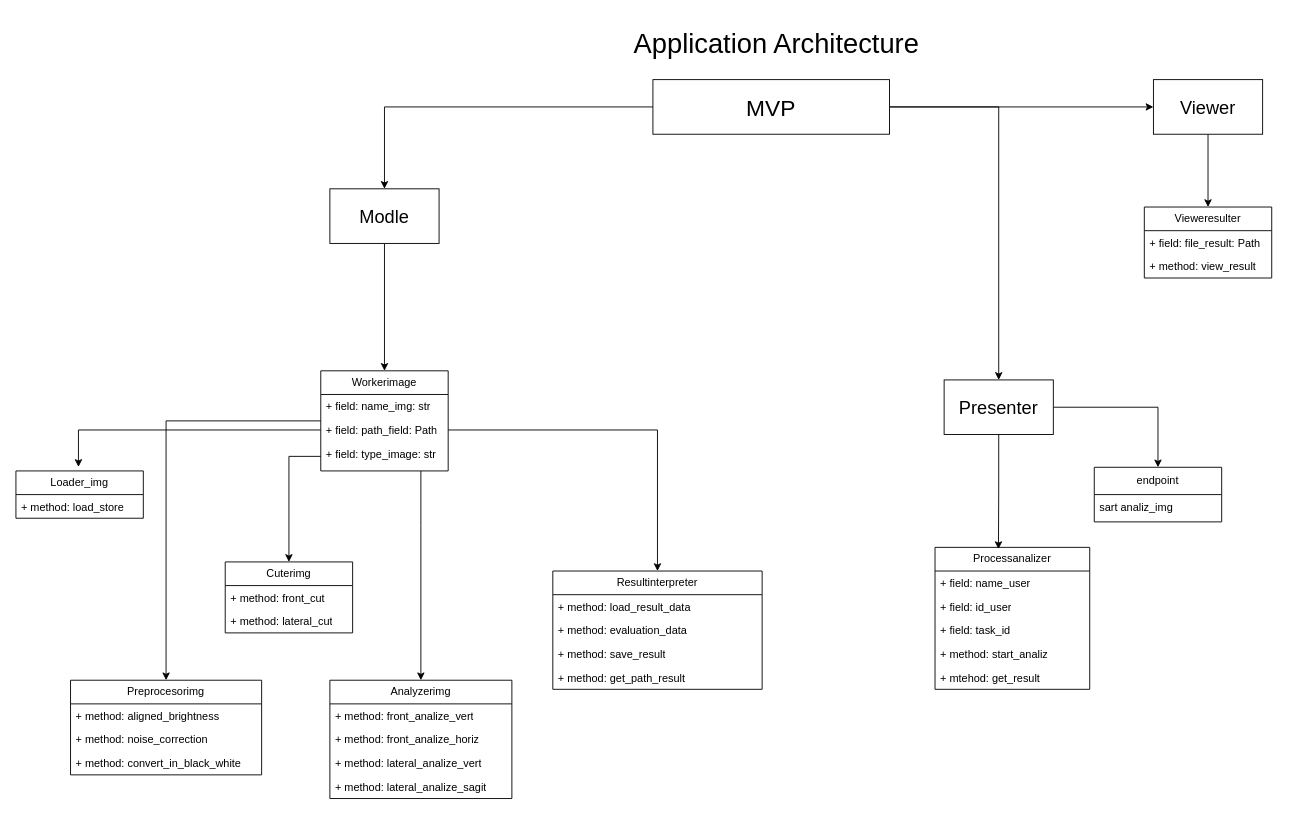
Gnatolog/check_your_smile keeps this draw.io diagram as module_analiz_img/module_analiz_architecture.drawio. Above is the earlier version. Source tidied: cells renumbered, new cells numbered last; positions are measured from the earlier drawing's top-left corner, leaving out a move shared by most shapes. Both pictures are drawn from the tidied source at 91%, with x=0, y=0 at pixel (15, 15).
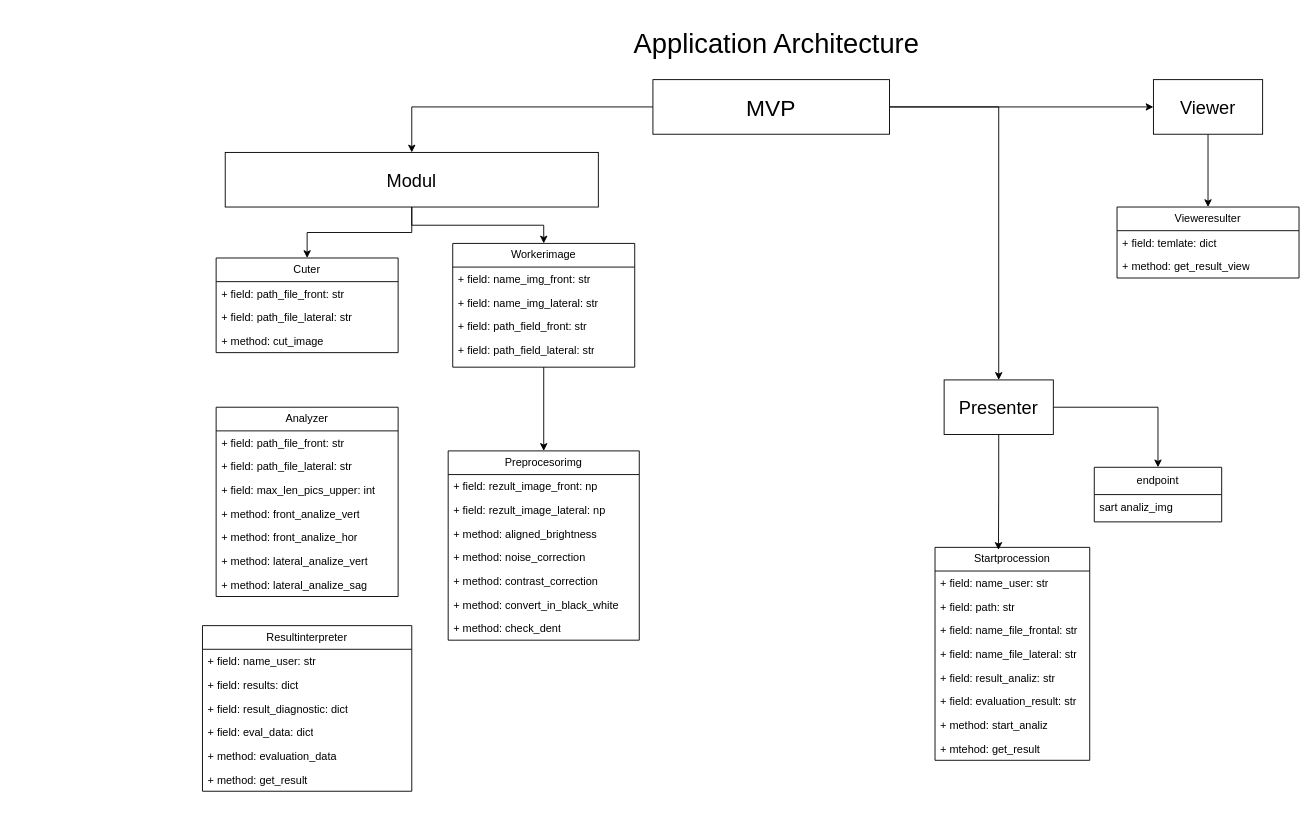
Above is the later version.

What changed in the source:
```diff
@@
-    <mxCell id="3" style="edgeStyle=orthogonalEdgeStyle;rounded=0;jettySize=auto;html=1;entryX=0.5;entryY=0;entryDx=0;entryDy=0;" parent="1" edge="1" source="4" target="26">
-      <mxGeometry relative="1" as="geometry">
-        <Array as="points">
-          <mxPoint x="445" y="560" />
-          <mxPoint x="445" y="560" />
-        </Array>
-      </mxGeometry>
-    </mxCell>
     <mxCell id="4" value="Workerimage" style="swimlane;fontStyle=0;horizontal=1;startSize=26;fillColor=none;whiteSpace=wrap;html=1;" parent="1" vertex="1">
-      <mxGeometry x="335" y="390" width="140" height="110" as="geometry" />
+      <mxGeometry x="480" y="250" width="200" height="136" as="geometry" />
     </mxCell>
-    <mxCell id="5" value="+ field: name_img: str" style="text;strokeColor=none;fillColor=none;align=left;verticalAlign=top;spacingLeft=4;spacingRight=4;overflow=hidden;whiteSpace=wrap;html=1;" parent="4" vertex="1">
-      <mxGeometry y="26" width="140" height="26" as="geometry" />
+    <mxCell id="5" value="+ field: name_img_front: str" style="text;strokeColor=none;fillColor=none;align=left;verticalAlign=top;spacingLeft=4;spacingRight=4;overflow=hidden;whiteSpace=wrap;html=1;" parent="4" vertex="1">
+      <mxGeometry y="26" width="200" height="26" as="geometry" />
     </mxCell>
+    <mxCell id="53" value="+ field: name_img_lateral: str" style="text;strokeColor=none;fillColor=none;align=left;verticalAlign=top;spacingLeft=4;spacingRight=4;overflow=hidden;whiteSpace=wrap;html=1;" parent="4" vertex="1">
+      <mxGeometry y="52" width="200" height="26" as="geometry" />
+    </mxCell>
-    <mxCell id="6" value="+ field: path_field: Path" style="text;strokeColor=none;fillColor=none;align=left;verticalAlign=top;spacingLeft=4;spacingRight=4;overflow=hidden;points=[[0,0.5],[1,0.5]];portConstraint=eastwest;whiteSpace=wrap;html=1;" parent="4" vertex="1">
-      <mxGeometry y="52" width="140" height="26" as="geometry" />
+    <mxCell id="6" value="+ field: path_field_front: str" style="text;strokeColor=none;fillColor=none;align=left;verticalAlign=top;spacingLeft=4;spacingRight=4;overflow=hidden;points=[[0,0.5],[1,0.5]];portConstraint=eastwest;whiteSpace=wrap;html=1;" parent="4" vertex="1">
+      <mxGeometry y="78" width="200" height="26" as="geometry" />
     </mxCell>
-    <mxCell id="7" value="+ field: type_image: str" style="text;strokeColor=none;fillColor=none;align=left;verticalAlign=top;spacingLeft=4;spacingRight=4;overflow=hidden;points=[[0,0.5],[1,0.5]];portConstraint=eastwest;whiteSpace=wrap;html=1;" parent="4" vertex="1">
-      <mxGeometry y="78" width="140" height="32" as="geometry" />
+    <mxCell id="7" value="+ field: path_field_lateral: str" style="text;strokeColor=none;fillColor=none;align=left;verticalAlign=top;spacingLeft=4;spacingRight=4;overflow=hidden;points=[[0,0.5],[1,0.5]];portConstraint=eastwest;whiteSpace=wrap;html=1;" parent="4" vertex="1">
+      <mxGeometry y="104" width="200" height="32" as="geometry" />
     </mxCell>
-    <mxCell id="8" value="Loader_img" style="swimlane;fontStyle=0;horizontal=1;startSize=26;fillColor=none;whiteSpace=wrap;html=1;" parent="1" vertex="1">
-      <mxGeometry y="500" width="140" height="52" as="geometry" />
-    </mxCell>
-    <mxCell id="9" value="+ method: load_store" style="text;strokeColor=none;fillColor=none;align=left;verticalAlign=top;spacingLeft=4;spacingRight=4;overflow=hidden;whiteSpace=wrap;html=1;" parent="8" vertex="1">
-      <mxGeometry y="26" width="140" height="26" as="geometry" />
-    </mxCell>
@@
+    <mxCell id="54" style="edgeStyle=orthogonalEdgeStyle;rounded=0;jettySize=auto;html=1;entryX=0.5;entryY=0;entryDx=0;entryDy=0;" parent="1" edge="1" source="16" target="22">
+      <mxGeometry relative="1" as="geometry" />
+    </mxCell>
-    <mxCell id="16" value="&lt;font style=&quot;font-size: 20px;&quot;&gt;Modle&lt;/font&gt;" style="rounded=0;whiteSpace=wrap;html=1;" parent="1" vertex="1">
-      <mxGeometry x="345" y="190" width="120" height="60" as="geometry" />
+    <mxCell id="16" value="&lt;font style=&quot;font-size: 20px;&quot;&gt;Modul&lt;/font&gt;" style="rounded=0;whiteSpace=wrap;html=1;" parent="1" vertex="1">
+      <mxGeometry x="230" y="150" width="410" height="60" as="geometry" />
     </mxCell>
     <mxCell id="17" value="Preprocesorimg" style="swimlane;fontStyle=0;horizontal=1;startSize=26;fillColor=none;whiteSpace=wrap;html=1;" parent="1" vertex="1">
-      <mxGeometry x="60" y="730" width="210" height="104" as="geometry" />
+      <mxGeometry x="475" y="478" width="210" height="208" as="geometry" />
     </mxCell>
+    <mxCell id="55" value="+ field: rezult_image_front: np" style="text;strokeColor=none;fillColor=none;align=left;verticalAlign=top;spacingLeft=4;spacingRight=4;overflow=hidden;whiteSpace=wrap;html=1;" parent="17" vertex="1">
+      <mxGeometry y="26" width="210" height="26" as="geometry" />
+    </mxCell>
+    <mxCell id="56" value="+ field: rezult_image_lateral: np" style="text;strokeColor=none;fillColor=none;align=left;verticalAlign=top;spacingLeft=4;spacingRight=4;overflow=hidden;whiteSpace=wrap;html=1;" parent="17" vertex="1">
+      <mxGeometry y="52" width="210" height="26" as="geometry" />
+    </mxCell>
     <mxCell id="18" value="+ method:&amp;nbsp;aligned_brightness" style="text;strokeColor=none;fillColor=none;align=left;verticalAlign=top;spacingLeft=4;spacingRight=4;overflow=hidden;whiteSpace=wrap;html=1;" parent="17" vertex="1">
-      <mxGeometry y="26" width="210" height="26" as="geometry" />
+      <mxGeometry y="78" width="210" height="26" as="geometry" />
     </mxCell>
     <mxCell id="19" value="+ method:&amp;nbsp;noise_correction" style="text;strokeColor=none;fillColor=none;align=left;verticalAlign=top;spacingLeft=4;spacingRight=4;overflow=hidden;whiteSpace=wrap;html=1;" parent="17" vertex="1">
-      <mxGeometry y="52" width="210" height="26" as="geometry" />
+      <mxGeometry y="104" width="210" height="26" as="geometry" />
     </mxCell>
+    <mxCell id="57" value="+ method: contrast_correction" style="text;strokeColor=none;fillColor=none;align=left;verticalAlign=top;spacingLeft=4;spacingRight=4;overflow=hidden;whiteSpace=wrap;html=1;" parent="17" vertex="1">
+      <mxGeometry y="130" width="210" height="26" as="geometry" />
+    </mxCell>
     <mxCell id="20" value="+ method:&amp;nbsp;convert_in_black_white" style="text;strokeColor=none;fillColor=none;align=left;verticalAlign=top;spacingLeft=4;spacingRight=4;overflow=hidden;whiteSpace=wrap;html=1;" parent="17" vertex="1">
-      <mxGeometry y="78" width="210" height="26" as="geometry" />
+      <mxGeometry y="156" width="210" height="26" as="geometry" />
     </mxCell>
-    <mxCell id="21" style="edgeStyle=orthogonalEdgeStyle;rounded=0;jettySize=auto;html=1;entryX=0.491;entryY=-0.084;entryDx=0;entryDy=0;entryPerimeter=0;" parent="1" edge="1" source="6" target="8">
-      <mxGeometry relative="1" as="geometry" />
-    </mxCell>
+    <mxCell id="58" value="+ method: check_dent" style="text;strokeColor=none;fillColor=none;align=left;verticalAlign=top;spacingLeft=4;spacingRight=4;overflow=hidden;whiteSpace=wrap;html=1;" parent="17" vertex="1">
+      <mxGeometry y="182" width="210" height="26" as="geometry" />
+    </mxCell>
-    <mxCell id="22" value="Cuterimg" style="swimlane;fontStyle=0;horizontal=1;startSize=26;fillColor=none;whiteSpace=wrap;html=1;" parent="1" vertex="1">
-      <mxGeometry x="230" y="600" width="140" height="78" as="geometry" />
+    <mxCell id="22" value="Cuter" style="swimlane;fontStyle=0;horizontal=1;startSize=26;fillColor=none;whiteSpace=wrap;html=1;" parent="1" vertex="1">
+      <mxGeometry x="220" y="266" width="200" height="104" as="geometry" />
     </mxCell>
+    <mxCell id="59" value="+ field: path_file_front: str" style="text;strokeColor=none;fillColor=none;align=left;verticalAlign=top;spacingLeft=4;spacingRight=4;overflow=hidden;whiteSpace=wrap;html=1;" parent="22" vertex="1">
+      <mxGeometry y="26" width="200" height="26" as="geometry" />
+    </mxCell>
+    <mxCell id="60" value="+ field: path_file_lateral: str" style="text;strokeColor=none;fillColor=none;align=left;verticalAlign=top;spacingLeft=4;spacingRight=4;overflow=hidden;whiteSpace=wrap;html=1;" parent="22" vertex="1">
+      <mxGeometry y="52" width="200" height="26" as="geometry" />
+    </mxCell>
-    <mxCell id="23" value="+ method: front_cut" style="text;strokeColor=none;fillColor=none;align=left;verticalAlign=top;spacingLeft=4;spacingRight=4;overflow=hidden;whiteSpace=wrap;html=1;" parent="22" vertex="1">
-      <mxGeometry y="26" width="140" height="26" as="geometry" />
+    <mxCell id="23" value="+ method: cut_image" style="text;strokeColor=none;fillColor=none;align=left;verticalAlign=top;spacingLeft=4;spacingRight=4;overflow=hidden;whiteSpace=wrap;html=1;" parent="22" vertex="1">
+      <mxGeometry y="78" width="200" height="26" as="geometry" />
     </mxCell>
-    <mxCell id="24" value="+ method: lateral_cut" style="text;strokeColor=none;fillColor=none;align=left;verticalAlign=top;spacingLeft=4;spacingRight=4;overflow=hidden;whiteSpace=wrap;html=1;" parent="22" vertex="1">
-      <mxGeometry y="52" width="140" height="26" as="geometry" />
-    </mxCell>
-    <mxCell id="25" style="edgeStyle=orthogonalEdgeStyle;rounded=0;jettySize=auto;html=1;exitX=0;exitY=0.5;exitDx=0;exitDy=0;" parent="1" edge="1" source="7" target="22">
-      <mxGeometry relative="1" as="geometry" />
-    </mxCell>
-    <mxCell id="26" value="Analyzerimg" style="swimlane;fontStyle=0;horizontal=1;startSize=26;fillColor=none;whiteSpace=wrap;html=1;" parent="1" vertex="1">
-      <mxGeometry x="345" y="730" width="200" height="130" as="geometry" />
+    <mxCell id="26" value="Analyzer" style="swimlane;fontStyle=0;horizontal=1;startSize=26;fillColor=none;whiteSpace=wrap;html=1;" parent="1" vertex="1">
+      <mxGeometry x="220" y="430" width="200" height="208" as="geometry" />
     </mxCell>
+    <mxCell id="61" value="+ field: path_file_front: str" style="text;strokeColor=none;fillColor=none;align=left;verticalAlign=top;spacingLeft=4;spacingRight=4;overflow=hidden;whiteSpace=wrap;html=1;" parent="26" vertex="1">
+      <mxGeometry y="26" width="200" height="26" as="geometry" />
+    </mxCell>
+    <mxCell id="62" value="+ field: path_file_lateral: str" style="text;strokeColor=none;fillColor=none;align=left;verticalAlign=top;spacingLeft=4;spacingRight=4;overflow=hidden;whiteSpace=wrap;html=1;" parent="26" vertex="1">
+      <mxGeometry y="52" width="200" height="26" as="geometry" />
+    </mxCell>
+    <mxCell id="63" value="+ field: max_len_pics_upper: int" style="text;strokeColor=none;fillColor=none;align=left;verticalAlign=top;spacingLeft=4;spacingRight=4;overflow=hidden;whiteSpace=wrap;html=1;" parent="26" vertex="1">
+      <mxGeometry y="78" width="200" height="26" as="geometry" />
+    </mxCell>
     <mxCell id="27" value="+ method: front_analize_vert" style="text;strokeColor=none;fillColor=none;align=left;verticalAlign=top;spacingLeft=4;spacingRight=4;overflow=hidden;whiteSpace=wrap;html=1;" parent="26" vertex="1">
-      <mxGeometry y="26" width="200" height="26" as="geometry" />
+      <mxGeometry y="104" width="200" height="26" as="geometry" />
     </mxCell>
-    <mxCell id="28" value="+ method: front_analize_horiz" style="text;strokeColor=none;fillColor=none;align=left;verticalAlign=top;spacingLeft=4;spacingRight=4;overflow=hidden;whiteSpace=wrap;html=1;" parent="26" vertex="1">
-      <mxGeometry y="52" width="200" height="26" as="geometry" />
+    <mxCell id="28" value="+ method: front_analize_hor" style="text;strokeColor=none;fillColor=none;align=left;verticalAlign=top;spacingLeft=4;spacingRight=4;overflow=hidden;whiteSpace=wrap;html=1;" parent="26" vertex="1">
+      <mxGeometry y="130" width="200" height="26" as="geometry" />
     </mxCell>
     <mxCell id="29" value="+ method: lateral_analize_vert&lt;div&gt;&lt;br&gt;&lt;/div&gt;" style="text;strokeColor=none;fillColor=none;align=left;verticalAlign=top;spacingLeft=4;spacingRight=4;overflow=hidden;whiteSpace=wrap;html=1;" parent="26" vertex="1">
-      <mxGeometry y="78" width="200" height="26" as="geometry" />
+      <mxGeometry y="156" width="200" height="26" as="geometry" />
     </mxCell>
-    <mxCell id="30" value="+ method: lateral_analize_sagit" style="text;strokeColor=none;fillColor=none;align=left;verticalAlign=top;spacingLeft=4;spacingRight=4;overflow=hidden;whiteSpace=wrap;html=1;" parent="26" vertex="1">
-      <mxGeometry y="104" width="200" height="26" as="geometry" />
+    <mxCell id="30" value="+ method: lateral_analize_sag" style="text;strokeColor=none;fillColor=none;align=left;verticalAlign=top;spacingLeft=4;spacingRight=4;overflow=hidden;whiteSpace=wrap;html=1;" parent="26" vertex="1">
+      <mxGeometry y="182" width="200" height="26" as="geometry" />
     </mxCell>
     <mxCell id="31" value="Resultinterpreter" style="swimlane;fontStyle=0;horizontal=1;startSize=26;fillColor=none;whiteSpace=wrap;html=1;" parent="1" vertex="1">
-      <mxGeometry x="590" y="610" width="230" height="130" as="geometry" />
+      <mxGeometry x="205" y="670" width="230" height="182" as="geometry" />
     </mxCell>
-    <mxCell id="32" value="+ method: load_result_data" style="text;strokeColor=none;fillColor=none;align=left;verticalAlign=top;spacingLeft=4;spacingRight=4;overflow=hidden;whiteSpace=wrap;html=1;" parent="31" vertex="1">
-      <mxGeometry y="26" width="230" height="26" as="geometry" />
-    </mxCell>
+    <mxCell id="64" value="+ field: name_user: str" style="text;strokeColor=none;fillColor=none;align=left;verticalAlign=top;spacingLeft=4;spacingRight=4;overflow=hidden;whiteSpace=wrap;html=1;" parent="31" vertex="1">
+      <mxGeometry y="26" width="230" height="26" as="geometry" />
+    </mxCell>
+    <mxCell id="65" value="+ field: results: dict" style="text;strokeColor=none;fillColor=none;align=left;verticalAlign=top;spacingLeft=4;spacingRight=4;overflow=hidden;whiteSpace=wrap;html=1;" parent="31" vertex="1">
+      <mxGeometry y="52" width="230" height="26" as="geometry" />
+    </mxCell>
+    <mxCell id="66" value="+ field: result_diagnostic: dict" style="text;strokeColor=none;fillColor=none;align=left;verticalAlign=top;spacingLeft=4;spacingRight=4;overflow=hidden;whiteSpace=wrap;html=1;" parent="31" vertex="1">
+      <mxGeometry y="78" width="230" height="26" as="geometry" />
+    </mxCell>
+    <mxCell id="67" value="+ field: eval_data: dict" style="text;strokeColor=none;fillColor=none;align=left;verticalAlign=top;spacingLeft=4;spacingRight=4;overflow=hidden;whiteSpace=wrap;html=1;" parent="31" vertex="1">
+      <mxGeometry y="104" width="230" height="26" as="geometry" />
+    </mxCell>
     <mxCell id="33" value="+ method: evaluation_data" style="text;strokeColor=none;fillColor=none;align=left;verticalAlign=top;spacingLeft=4;spacingRight=4;overflow=hidden;whiteSpace=wrap;html=1;" parent="31" vertex="1">
-      <mxGeometry y="52" width="230" height="26" as="geometry" />
+      <mxGeometry y="130" width="230" height="26" as="geometry" />
     </mxCell>
-    <mxCell id="34" value="+ method: save_result" style="text;strokeColor=none;fillColor=none;align=left;verticalAlign=top;spacingLeft=4;spacingRight=4;overflow=hidden;whiteSpace=wrap;html=1;" parent="31" vertex="1">
-      <mxGeometry y="78" width="230" height="26" as="geometry" />
-    </mxCell>
-    <mxCell id="35" value="+ method: get_path_result" style="text;strokeColor=none;fillColor=none;align=left;verticalAlign=top;spacingLeft=4;spacingRight=4;overflow=hidden;whiteSpace=wrap;html=1;" parent="31" vertex="1">
-      <mxGeometry y="104" width="230" height="26" as="geometry" />
+    <mxCell id="35" value="+ method: get_result" style="text;strokeColor=none;fillColor=none;align=left;verticalAlign=top;spacingLeft=4;spacingRight=4;overflow=hidden;whiteSpace=wrap;html=1;" parent="31" vertex="1">
+      <mxGeometry y="156" width="230" height="26" as="geometry" />
     </mxCell>
-    <mxCell id="36" style="edgeStyle=orthogonalEdgeStyle;rounded=0;jettySize=auto;html=1;entryX=0.5;entryY=0;entryDx=0;entryDy=0;" parent="1" edge="1" source="6" target="31">
-      <mxGeometry relative="1" as="geometry" />
-    </mxCell>
@@
     <mxCell id="39" value="Vieweresulter" style="swimlane;fontStyle=0;horizontal=1;startSize=26;fillColor=none;whiteSpace=wrap;html=1;" parent="1" vertex="1">
-      <mxGeometry x="1240" y="210" width="140" height="78" as="geometry" />
+      <mxGeometry x="1210" y="210" width="200" height="78" as="geometry" />
     </mxCell>
-    <mxCell id="40" value="+ field: file_result: Path" style="text;strokeColor=none;fillColor=none;align=left;verticalAlign=top;spacingLeft=4;spacingRight=4;overflow=hidden;whiteSpace=wrap;html=1;" parent="39" vertex="1">
-      <mxGeometry y="26" width="140" height="26" as="geometry" />
-    </mxCell>
+    <mxCell id="68" value="+ field: temlate: dict" style="text;strokeColor=none;fillColor=none;align=left;verticalAlign=top;spacingLeft=4;spacingRight=4;overflow=hidden;whiteSpace=wrap;html=1;" parent="39" vertex="1">
+      <mxGeometry y="26" width="200" height="26" as="geometry" />
+    </mxCell>
-    <mxCell id="41" value="+ method: view_result" style="text;strokeColor=none;fillColor=none;align=left;verticalAlign=top;spacingLeft=4;spacingRight=4;overflow=hidden;whiteSpace=wrap;html=1;" parent="39" vertex="1">
-      <mxGeometry y="52" width="140" height="26" as="geometry" />
+    <mxCell id="41" value="+ method: get_result_view" style="text;strokeColor=none;fillColor=none;align=left;verticalAlign=top;spacingLeft=4;spacingRight=4;overflow=hidden;whiteSpace=wrap;html=1;" parent="39" vertex="1">
+      <mxGeometry y="52" width="200" height="26" as="geometry" />
     </mxCell>
@@
-    <mxCell id="46" value="Processanalizer" style="swimlane;fontStyle=0;horizontal=1;startSize=26;fillColor=none;whiteSpace=wrap;html=1;" parent="1" vertex="1">
-      <mxGeometry x="1010" y="584" width="170" height="156" as="geometry" />
+    <mxCell id="46" value="Startprocession" style="swimlane;fontStyle=0;horizontal=1;startSize=26;fillColor=none;whiteSpace=wrap;html=1;" parent="1" vertex="1">
+      <mxGeometry x="1010" y="584" width="170" height="234" as="geometry" />
     </mxCell>
-    <mxCell id="47" value="+ field: name_user" style="text;strokeColor=none;fillColor=none;align=left;verticalAlign=top;spacingLeft=4;spacingRight=4;overflow=hidden;whiteSpace=wrap;html=1;" parent="46" vertex="1">
+    <mxCell id="47" value="+ field: name_user: str" style="text;strokeColor=none;fillColor=none;align=left;verticalAlign=top;spacingLeft=4;spacingRight=4;overflow=hidden;whiteSpace=wrap;html=1;" parent="46" vertex="1">
       <mxGeometry y="26" width="170" height="26" as="geometry" />
     </mxCell>
-    <mxCell id="48" value="+ field: id_user" style="text;strokeColor=none;fillColor=none;align=left;verticalAlign=top;spacingLeft=4;spacingRight=4;overflow=hidden;whiteSpace=wrap;html=1;" parent="46" vertex="1">
-      <mxGeometry y="52" width="170" height="26" as="geometry" />
-    </mxCell>
-    <mxCell id="49" value="+ field: task_id" style="text;strokeColor=none;fillColor=none;align=left;verticalAlign=top;spacingLeft=4;spacingRight=4;overflow=hidden;whiteSpace=wrap;html=1;" parent="46" vertex="1">
-      <mxGeometry y="78" width="170" height="26" as="geometry" />
-    </mxCell>
+    <mxCell id="69" value="+ field: path: str" style="text;strokeColor=none;fillColor=none;align=left;verticalAlign=top;spacingLeft=4;spacingRight=4;overflow=hidden;whiteSpace=wrap;html=1;" parent="46" vertex="1">
+      <mxGeometry y="52" width="170" height="26" as="geometry" />
+    </mxCell>
+    <mxCell id="70" value="+ field: name_file_frontal: str" style="text;strokeColor=none;fillColor=none;align=left;verticalAlign=top;spacingLeft=4;spacingRight=4;overflow=hidden;whiteSpace=wrap;html=1;" parent="46" vertex="1">
+      <mxGeometry y="78" width="170" height="26" as="geometry" />
+    </mxCell>
+    <mxCell id="71" value="+ field: name_file_lateral: str" style="text;strokeColor=none;fillColor=none;align=left;verticalAlign=top;spacingLeft=4;spacingRight=4;overflow=hidden;whiteSpace=wrap;html=1;" parent="46" vertex="1">
+      <mxGeometry y="104" width="170" height="26" as="geometry" />
+    </mxCell>
+    <mxCell id="72" value="+ field: result_analiz: str" style="text;strokeColor=none;fillColor=none;align=left;verticalAlign=top;spacingLeft=4;spacingRight=4;overflow=hidden;whiteSpace=wrap;html=1;" parent="46" vertex="1">
+      <mxGeometry y="130" width="170" height="26" as="geometry" />
+    </mxCell>
+    <mxCell id="73" value="+ field: evaluation_result: str" style="text;strokeColor=none;fillColor=none;align=left;verticalAlign=top;spacingLeft=4;spacingRight=4;overflow=hidden;whiteSpace=wrap;html=1;" parent="46" vertex="1">
+      <mxGeometry y="156" width="170" height="26" as="geometry" />
+    </mxCell>
     <mxCell id="50" value="+ method: start_analiz" style="text;strokeColor=none;fillColor=none;align=left;verticalAlign=top;spacingLeft=4;spacingRight=4;overflow=hidden;whiteSpace=wrap;html=1;" parent="46" vertex="1">
-      <mxGeometry y="104" width="170" height="26" as="geometry" />
+      <mxGeometry y="182" width="170" height="26" as="geometry" />
     </mxCell>
     <mxCell id="51" value="+ mtehod: get_result" style="text;strokeColor=none;fillColor=none;align=left;verticalAlign=top;spacingLeft=4;spacingRight=4;overflow=hidden;whiteSpace=wrap;html=1;" parent="46" vertex="1">
-      <mxGeometry y="130" width="170" height="26" as="geometry" />
+      <mxGeometry y="208" width="170" height="26" as="geometry" />
     </mxCell>
```
